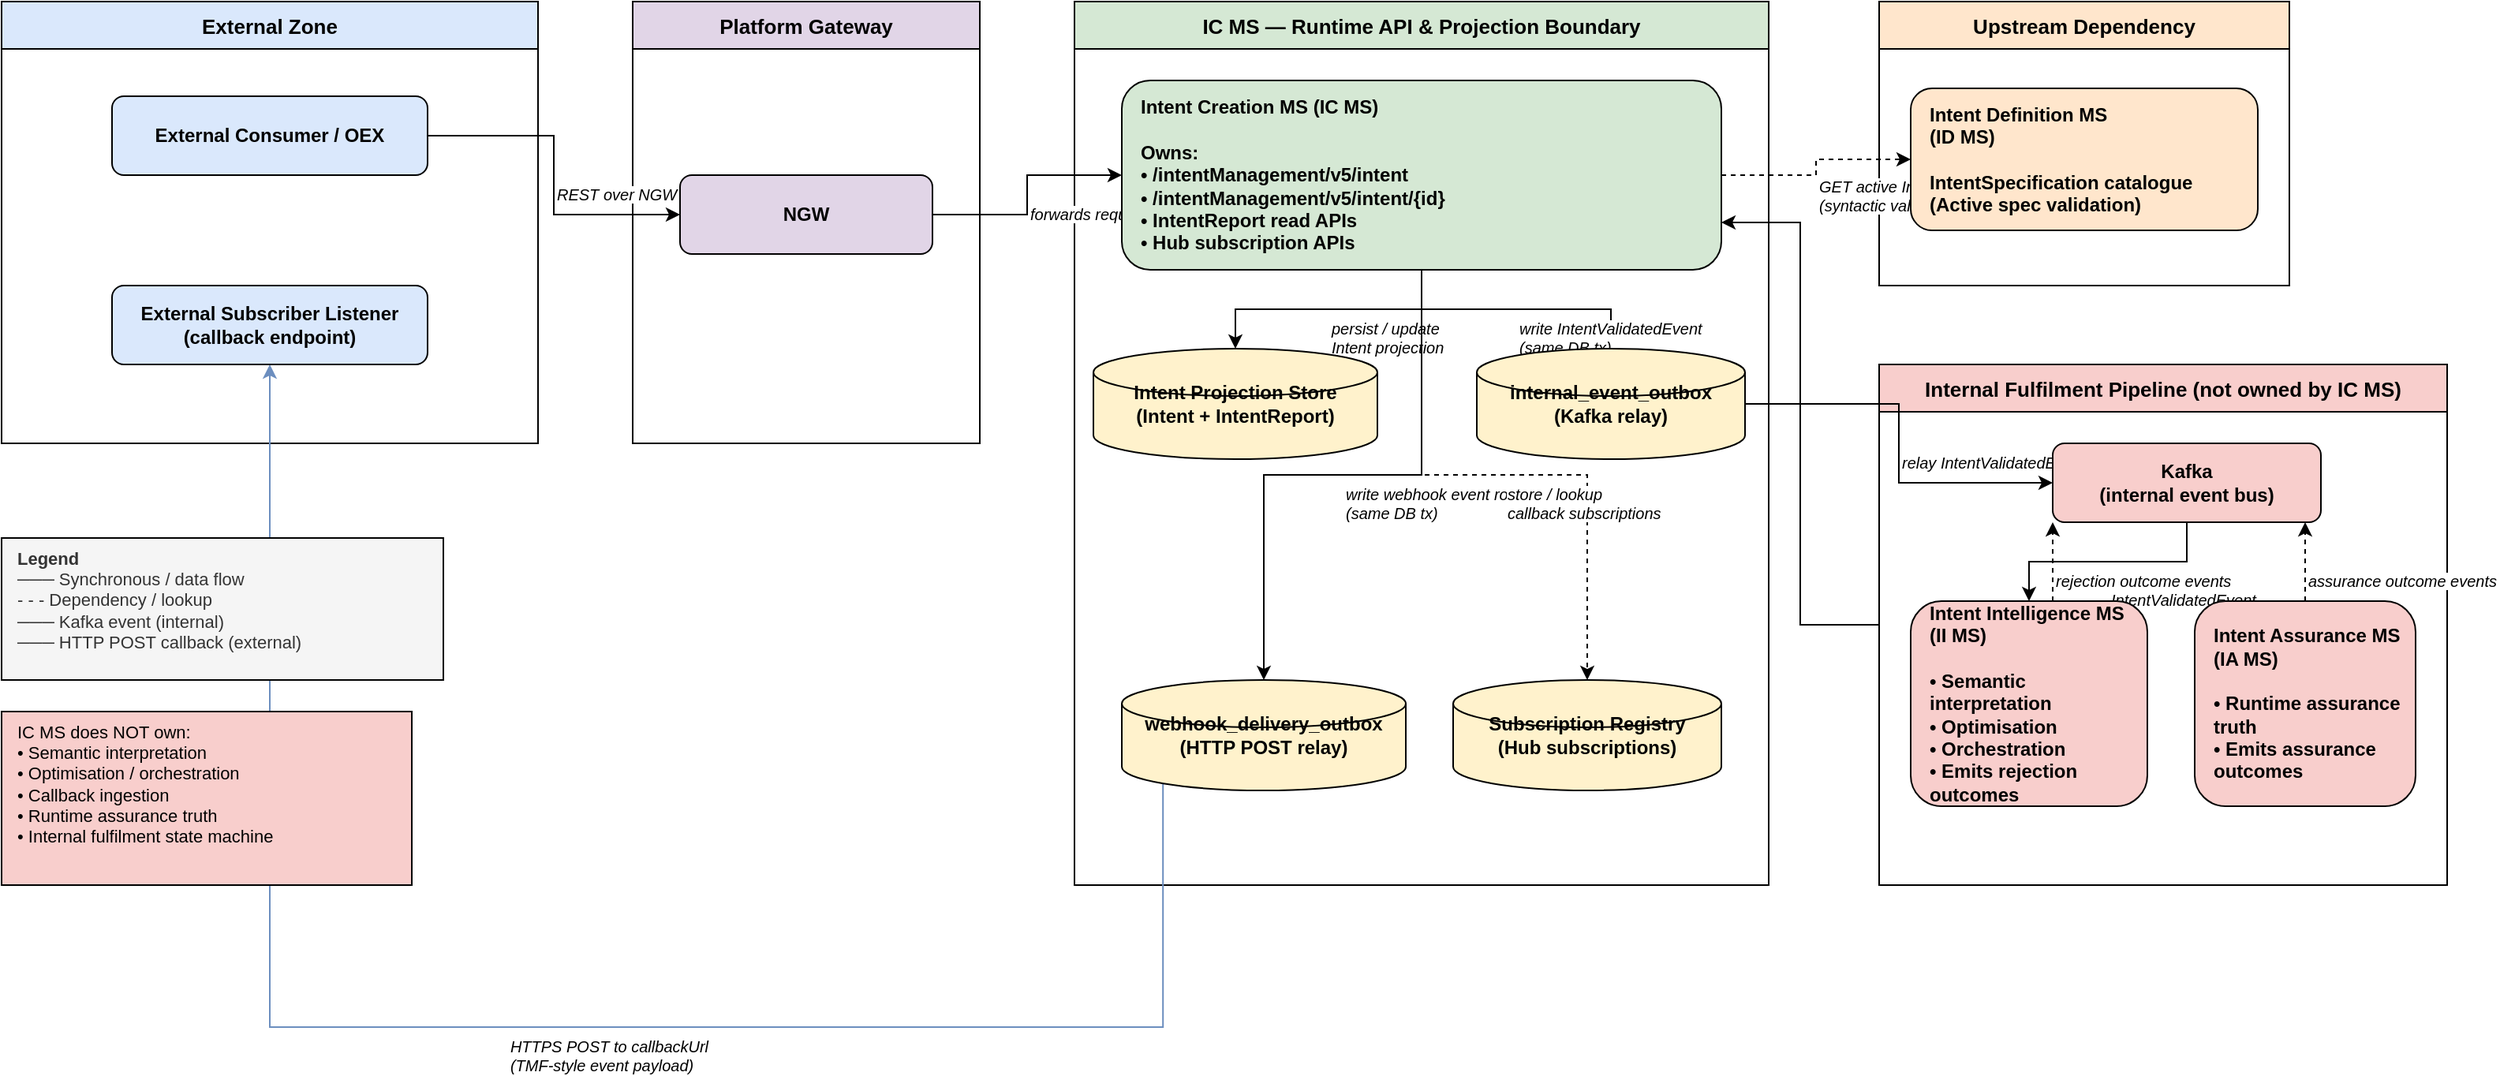
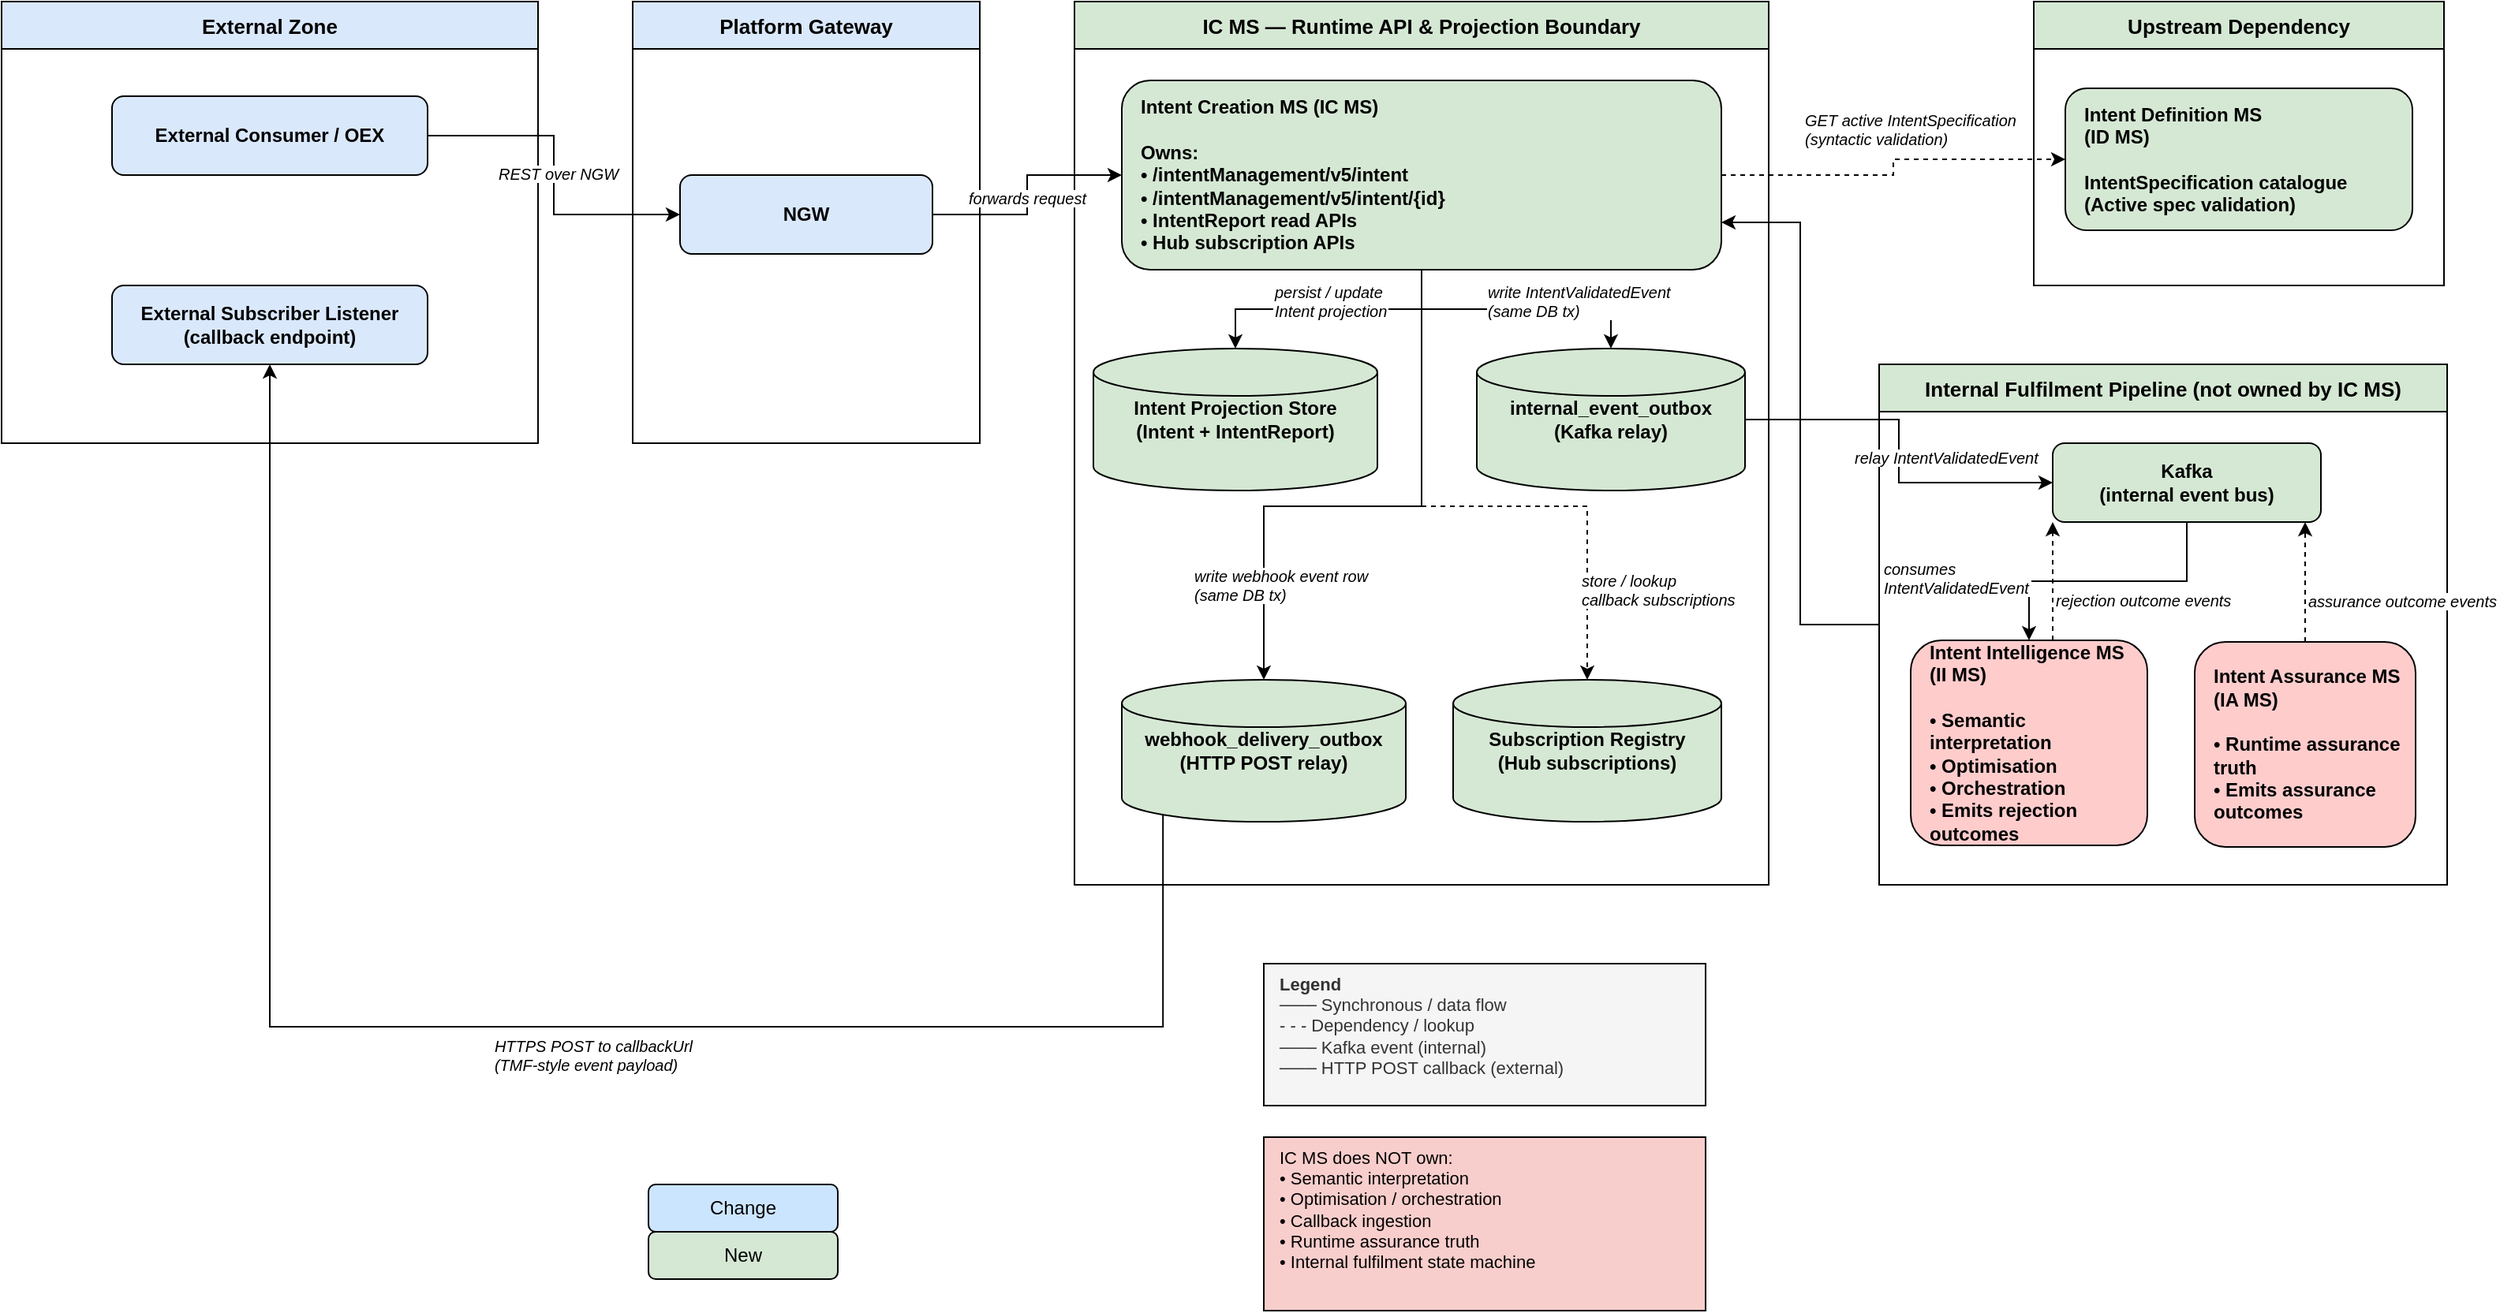
<mxfile host="app.diagrams.net" agent="Perplexity">
  <diagram name="IC MS - Logical View" id="ic-ms-logical-view">
    <mxGraphModel dx="1677" dy="1003" grid="1" gridSize="10" guides="1" tooltips="1" connect="1" arrows="1" fold="1" page="1" pageScale="1" pageWidth="1654" pageHeight="1169" math="0" shadow="0">
      <root>
        <mxCell id="0" />
        <mxCell id="1" parent="0" />
        <mxCell id="zone_external" parent="1" style="swimlane;startSize=30;fillColor=#dae8fc;strokeColor=default;fontStyle=1;fontSize=13;horizontal=1;container=0;" value="External Zone" vertex="1">
          <mxGeometry height="280" width="340" x="40" y="40" as="geometry" />
        </mxCell>
-         <mxCell id="zone_gateway" parent="1" style="swimlane;startSize=30;fillColor=#e1d5e7;strokeColor=default;fontStyle=1;fontSize=13;horizontal=1;container=0;" value="Platform Gateway" vertex="1">
+         <mxCell id="zone_gateway" parent="1" style="swimlane;startSize=30;fillColor=#dae8fc;strokeColor=default;fontStyle=1;fontSize=13;horizontal=1;container=0;" value="Platform Gateway" vertex="1">
          <mxGeometry height="280" width="220" x="440" y="40" as="geometry" />
        </mxCell>
        <mxCell id="zone_icms" parent="1" style="swimlane;startSize=30;fillColor=#d5e8d4;strokeColor=default;fontStyle=1;fontSize=13;horizontal=1;container=0;" value="IC MS — Runtime API &amp; Projection Boundary" vertex="1">
          <mxGeometry height="560" width="440" x="720" y="40" as="geometry" />
        </mxCell>
-         <mxCell id="zone_idms" parent="1" style="swimlane;startSize=30;fillColor=#ffe6cc;strokeColor=default;fontStyle=1;fontSize=13;horizontal=1;container=0;" value="Upstream Dependency" vertex="1">
-           <mxGeometry height="180" width="260" x="1230" y="40" as="geometry" />
+         <mxCell id="zone_idms" parent="1" style="swimlane;startSize=30;fillColor=#d5e8d4;strokeColor=default;fontStyle=1;fontSize=13;horizontal=1;container=0;" value="Upstream Dependency" vertex="1">
+           <mxGeometry height="180" width="260" x="1328" y="40" as="geometry" />
        </mxCell>
-         <mxCell id="0MlcjW0cjBZ2ITzH3IxV-1" edge="1" parent="1" source="zone_internal" style="edgeStyle=orthogonalEdgeStyle;rounded=0;orthogonalLoop=1;jettySize=auto;html=1;entryX=1;entryY=0.75;entryDx=0;entryDy=0;" target="icms_core">
+         <mxCell id="0MlcjW0cjBZ2ITzH3IxV-1" edge="1" parent="1" source="zone_internal" style="edgeStyle=orthogonalEdgeStyle;rounded=0;orthogonalLoop=1;jettySize=auto;html=1;entryX=1;entryY=0.75;entryDx=0;entryDy=0;fillColor=#d5e8d4;strokeColor=default;" target="icms_core">
          <mxGeometry relative="1" as="geometry" />
        </mxCell>
-         <mxCell id="zone_internal" parent="1" style="swimlane;startSize=30;fillColor=#f8cecc;strokeColor=default;fontStyle=1;fontSize=13;horizontal=1;container=0;" value="Internal Fulfilment Pipeline (not owned by IC MS)" vertex="1">
+         <mxCell id="zone_internal" parent="1" style="swimlane;startSize=30;fillColor=#d5e8d4;strokeColor=default;fontStyle=1;fontSize=13;horizontal=1;container=0;" value="Internal Fulfilment Pipeline (not owned by IC MS)" vertex="1">
          <mxGeometry height="330" width="360" x="1230" y="270" as="geometry" />
        </mxCell>
        <mxCell id="e1" edge="1" parent="1" source="ext_consumer" style="edgeStyle=orthogonalEdgeStyle;rounded=0;" target="gateway">
          <mxGeometry relative="1" as="geometry" />
        </mxCell>
        <mxCell id="e1_lbl" connectable="0" parent="e1" style="edgeLabel;fontSize=10;fontStyle=2;container=0;" value="REST over NGW" vertex="1">
-           <mxGeometry relative="0.5" as="geometry" />
+           <mxGeometry relative="0.5" as="geometry">
+             <mxPoint x="-37" y="-13" as="offset" />
+           </mxGeometry>
        </mxCell>
        <mxCell id="e2" edge="1" parent="1" source="gateway" style="edgeStyle=orthogonalEdgeStyle;rounded=0;" target="icms_core">
          <mxGeometry relative="1" as="geometry" />
        </mxCell>
        <mxCell id="e2_lbl" connectable="0" parent="e2" style="edgeLabel;fontSize=10;fontStyle=2;container=0;" value="forwards request" vertex="1">
-           <mxGeometry relative="0.5" as="geometry" />
+           <mxGeometry relative="0.5" as="geometry">
+             <mxPoint x="-39" y="-10" as="offset" />
+           </mxGeometry>
        </mxCell>
-         <mxCell id="e3" edge="1" parent="1" source="icms_core" style="edgeStyle=orthogonalEdgeStyle;rounded=0;dashed=1;" target="idms">
+         <mxCell id="e3" edge="1" parent="1" source="icms_core" style="edgeStyle=orthogonalEdgeStyle;rounded=0;dashed=1;fillColor=#d5e8d4;strokeColor=default;" target="idms">
          <mxGeometry relative="1" as="geometry" />
        </mxCell>
        <mxCell id="e3_lbl" connectable="0" parent="e3" style="edgeLabel;fontSize=10;fontStyle=2;container=0;" value="GET active IntentSpecification&#xa;(syntactic validation)" vertex="1">
-           <mxGeometry relative="0.5" as="geometry" />
+           <mxGeometry relative="0.5" as="geometry">
+             <mxPoint x="-58" y="-42" as="offset" />
+           </mxGeometry>
        </mxCell>
-         <mxCell id="e4" edge="1" parent="1" source="icms_core" style="edgeStyle=orthogonalEdgeStyle;rounded=0;" target="intent_store">
+         <mxCell id="e4" edge="1" parent="1" source="icms_core" style="edgeStyle=orthogonalEdgeStyle;rounded=0;fillColor=#d5e8d4;strokeColor=default;" target="intent_store">
          <mxGeometry relative="1" as="geometry" />
        </mxCell>
        <mxCell id="e4_lbl" connectable="0" parent="e4" style="edgeLabel;fontSize=10;fontStyle=2;container=0;" value="persist / update&#xa;Intent projection" vertex="1">
-           <mxGeometry relative="0.5" as="geometry" />
+           <mxGeometry relative="0.5" as="geometry">
+             <mxPoint x="-36" y="-23" as="offset" />
+           </mxGeometry>
        </mxCell>
-         <mxCell id="e5" edge="1" parent="1" source="icms_core" style="edgeStyle=orthogonalEdgeStyle;rounded=0;" target="int_outbox">
+         <mxCell id="e5" edge="1" parent="1" source="icms_core" style="edgeStyle=orthogonalEdgeStyle;rounded=0;fillColor=#d5e8d4;strokeColor=default;" target="int_outbox">
          <mxGeometry relative="1" as="geometry" />
        </mxCell>
        <mxCell id="e5_lbl" connectable="0" parent="e5" style="edgeLabel;fontSize=10;fontStyle=2;container=0;" value="write IntentValidatedEvent&#xa;(same DB tx)" vertex="1">
-           <mxGeometry relative="0.5" as="geometry" />
+           <mxGeometry relative="0.5" as="geometry">
+             <mxPoint x="-20" y="-23" as="offset" />
+           </mxGeometry>
        </mxCell>
-         <mxCell id="e6" edge="1" parent="1" source="int_outbox" style="edgeStyle=orthogonalEdgeStyle;rounded=0;" target="kafka">
+         <mxCell id="e6" edge="1" parent="1" source="int_outbox" style="edgeStyle=orthogonalEdgeStyle;rounded=0;fillColor=#d5e8d4;strokeColor=default;" target="kafka">
          <mxGeometry relative="1" as="geometry" />
        </mxCell>
        <mxCell id="e6_lbl" connectable="0" parent="e6" style="edgeLabel;fontSize=10;fontStyle=2;container=0;" value="relay IntentValidatedEvent" vertex="1">
-           <mxGeometry relative="0.5" as="geometry" />
+           <mxGeometry relative="0.5" as="geometry">
+             <mxPoint x="-30" y="-8" as="offset" />
+           </mxGeometry>
        </mxCell>
-         <mxCell id="e7" edge="1" parent="1" source="kafka" style="edgeStyle=orthogonalEdgeStyle;rounded=0;" target="iims">
+         <mxCell id="e7" edge="1" parent="1" source="kafka" style="edgeStyle=orthogonalEdgeStyle;rounded=0;fillColor=#d5e8d4;strokeColor=default;" target="iims">
          <mxGeometry relative="1" as="geometry" />
        </mxCell>
        <mxCell id="e7_lbl" connectable="0" parent="e7" style="edgeLabel;fontSize=10;fontStyle=2;container=0;" value="consumes&#xa;IntentValidatedEvent" vertex="1">
-           <mxGeometry relative="0.5" as="geometry" />
+           <mxGeometry relative="0.5" as="geometry">
+             <mxPoint x="-144" y="-20" as="offset" />
+           </mxGeometry>
        </mxCell>
-         <mxCell id="e8" edge="1" parent="1" source="iims" style="edgeStyle=orthogonalEdgeStyle;rounded=0;dashed=1;" target="kafka">
+         <mxCell id="e8" edge="1" parent="1" source="iims" style="edgeStyle=orthogonalEdgeStyle;rounded=0;dashed=1;fillColor=#d5e8d4;strokeColor=default;" target="kafka">
          <mxGeometry relative="1" as="geometry">
            <Array as="points">
              <mxPoint x="1310" y="490" />
              <mxPoint x="1380" y="490" />
              <mxPoint x="1380" y="360" />
            </Array>
          </mxGeometry>
        </mxCell>
        <mxCell id="e8_lbl" connectable="0" parent="e8" style="edgeLabel;fontSize=10;fontStyle=2;container=0;" value="rejection outcome events" vertex="1">
          <mxGeometry relative="0.5" as="geometry" />
        </mxCell>
-         <mxCell id="e9" edge="1" parent="1" source="iams" style="edgeStyle=orthogonalEdgeStyle;rounded=0;dashed=1;" target="kafka">
+         <mxCell id="e9" edge="1" parent="1" source="iams" style="edgeStyle=orthogonalEdgeStyle;rounded=0;dashed=1;fillColor=#d5e8d4;strokeColor=default;" target="kafka">
          <mxGeometry relative="1" as="geometry">
            <Array as="points">
              <mxPoint x="1450" y="490" />
              <mxPoint x="1450" y="360" />
            </Array>
          </mxGeometry>
        </mxCell>
        <mxCell id="e9_lbl" connectable="0" parent="e9" style="edgeLabel;fontSize=10;fontStyle=2;container=0;" value="assurance outcome events" vertex="1">
          <mxGeometry relative="0.5" as="geometry" />
        </mxCell>
-         <mxCell id="e11" edge="1" parent="1" source="icms_core" style="edgeStyle=orthogonalEdgeStyle;rounded=0;" target="webhook_outbox">
-           <mxGeometry relative="1" as="geometry" />
+         <mxCell id="e11" edge="1" parent="1" source="icms_core" style="edgeStyle=orthogonalEdgeStyle;rounded=0;fillColor=#d5e8d4;strokeColor=default;" target="webhook_outbox">
+           <mxGeometry relative="1" as="geometry">
+             <Array as="points">
+               <mxPoint x="940" y="360" />
+               <mxPoint x="840" y="360" />
+             </Array>
+           </mxGeometry>
        </mxCell>
        <mxCell id="e11_lbl" connectable="0" parent="e11" style="edgeLabel;fontSize=10;fontStyle=2;container=0;" value="write webhook event row&#xa;(same DB tx)" vertex="1">
-           <mxGeometry relative="0.5" as="geometry" />
+           <mxGeometry relative="0.5" as="geometry">
+             <mxPoint x="-116" y="32" as="offset" />
+           </mxGeometry>
        </mxCell>
-         <mxCell id="e12" edge="1" parent="1" source="webhook_outbox" style="edgeStyle=orthogonalEdgeStyle;rounded=0;strokeColor=#6c8ebf;exitX=0.145;exitY=1;exitDx=0;exitDy=-4.35;exitPerimeter=0;" target="ext_subscriber">
+         <mxCell id="e12" edge="1" parent="1" source="webhook_outbox" style="edgeStyle=orthogonalEdgeStyle;rounded=0;strokeColor=default;exitX=0.145;exitY=1;exitDx=0;exitDy=-4.35;exitPerimeter=0;" target="ext_subscriber">
          <mxGeometry relative="1" as="geometry">
            <Array as="points">
              <mxPoint x="776" y="690" />
              <mxPoint x="210" y="690" />
            </Array>
          </mxGeometry>
        </mxCell>
        <mxCell id="e12_lbl" connectable="0" parent="e12" style="edgeLabel;fontSize=10;fontStyle=2;container=0;" value="HTTPS POST to callbackUrl&#xa;(TMF-style event payload)" vertex="1">
          <mxGeometry relative="0.5" as="geometry" />
        </mxCell>
-         <mxCell id="e13" edge="1" parent="1" source="icms_core" style="edgeStyle=orthogonalEdgeStyle;rounded=0;dashed=1;" target="sub_registry">
-           <mxGeometry relative="1" as="geometry" />
+         <mxCell id="e13" edge="1" parent="1" source="icms_core" style="edgeStyle=orthogonalEdgeStyle;rounded=0;dashed=1;fillColor=#d5e8d4;strokeColor=default;" target="sub_registry">
+           <mxGeometry relative="1" as="geometry">
+             <Array as="points">
+               <mxPoint x="940" y="360" />
+               <mxPoint x="1045" y="360" />
+             </Array>
+           </mxGeometry>
        </mxCell>
        <mxCell id="e13_lbl" connectable="0" parent="e13" style="edgeLabel;fontSize=10;fontStyle=2;container=0;" value="store / lookup&#xa;callback subscriptions" vertex="1">
-           <mxGeometry relative="0.5" as="geometry" />
+           <mxGeometry relative="0.5" as="geometry">
+             <mxPoint x="67" y="35" as="offset" />
+           </mxGeometry>
        </mxCell>
        <mxCell id="legend" parent="1" style="text;html=1;strokeColor=default;fillColor=#f5f5f5;align=left;verticalAlign=top;spacingLeft=8;fontSize=11;fontColor=#333333;container=0;" value="&lt;b&gt;Legend&lt;/b&gt;&#xa;─── Synchronous / data flow&#xa;- - - Dependency / lookup&#xa;─── Kafka event (internal)&#xa;─── HTTP POST callback (external)" vertex="1">
-           <mxGeometry height="90" width="280" x="40" y="380" as="geometry" />
+           <mxGeometry height="90" width="280" x="840" y="650" as="geometry" />
        </mxCell>
        <mxCell id="not_owned_note" parent="1" style="text;html=1;strokeColor=default;fillColor=#f8cecc;align=left;verticalAlign=top;spacingLeft=8;fontSize=11;container=0;" value="IC MS does NOT own:&#xa;• Semantic interpretation&#xa;• Optimisation / orchestration&#xa;• Callback ingestion&#xa;• Runtime assurance truth&#xa;• Internal fulfilment state machine" vertex="1">
-           <mxGeometry height="110" width="260" x="40" y="490" as="geometry" />
+           <mxGeometry height="110" width="280" x="840" y="760" as="geometry" />
        </mxCell>
        <mxCell id="ext_consumer" parent="1" style="rounded=1;whiteSpace=wrap;html=1;fillColor=#dae8fc;strokeColor=default;fontStyle=1;fontSize=12;container=0;" value="External Consumer / OEX" vertex="1">
          <mxGeometry height="50" width="200" x="110" y="100" as="geometry" />
        </mxCell>
        <mxCell id="ext_subscriber" parent="1" style="rounded=1;whiteSpace=wrap;html=1;fillColor=#dae8fc;strokeColor=default;fontStyle=1;fontSize=12;container=0;" value="External Subscriber Listener&#xa;(callback endpoint)" vertex="1">
          <mxGeometry height="50" width="200" x="110" y="220" as="geometry" />
        </mxCell>
-         <mxCell id="gateway" parent="1" style="rounded=1;whiteSpace=wrap;html=1;fillColor=#e1d5e7;strokeColor=default;fontStyle=1;fontSize=12;container=0;" value="NGW" vertex="1">
+         <mxCell id="gateway" parent="1" style="rounded=1;whiteSpace=wrap;html=1;fillColor=#dae8fc;strokeColor=default;fontStyle=1;fontSize=12;container=0;" value="NGW" vertex="1">
          <mxGeometry height="50" width="160" x="470" y="150" as="geometry" />
        </mxCell>
        <mxCell id="icms_core" parent="1" style="rounded=1;whiteSpace=wrap;html=1;fillColor=#d5e8d4;strokeColor=default;fontStyle=1;fontSize=12;align=left;spacingLeft=10;container=0;" value="Intent Creation MS (IC MS)&#xa;&#xa;Owns:&#xa;• /intentManagement/v5/intent&#xa;• /intentManagement/v5/intent/{id}&#xa;• IntentReport read APIs&#xa;• Hub subscription APIs" vertex="1">
          <mxGeometry height="120" width="380" x="750" y="90" as="geometry" />
        </mxCell>
-         <mxCell id="intent_store" parent="1" style="shape=cylinder3;whiteSpace=wrap;html=1;fillColor=#fff2cc;strokeColor=default;fontStyle=1;fontSize=12;container=0;" value="Intent Projection Store&#xa;(Intent + IntentReport)" vertex="1">
-           <mxGeometry height="70" width="180" x="732" y="260" as="geometry" />
+         <mxCell id="intent_store" parent="1" style="shape=cylinder3;whiteSpace=wrap;html=1;fillColor=#d5e8d4;strokeColor=default;fontStyle=1;fontSize=12;container=0;" value="Intent Projection Store&#xa;(Intent + IntentReport)" vertex="1">
+           <mxGeometry height="90" width="180" x="732" y="260" as="geometry" />
        </mxCell>
-         <mxCell id="int_outbox" parent="1" style="shape=cylinder3;whiteSpace=wrap;html=1;fillColor=#fff2cc;strokeColor=default;fontStyle=1;fontSize=12;container=0;" value="internal_event_outbox&#xa;(Kafka relay)" vertex="1">
-           <mxGeometry height="70" width="170" x="975" y="260" as="geometry" />
+         <mxCell id="int_outbox" parent="1" style="shape=cylinder3;whiteSpace=wrap;html=1;fillColor=#d5e8d4;strokeColor=default;fontStyle=1;fontSize=12;container=0;" value="internal_event_outbox&#xa;(Kafka relay)" vertex="1">
+           <mxGeometry height="90" width="170" x="975" y="260" as="geometry" />
        </mxCell>
-         <mxCell id="webhook_outbox" parent="1" style="shape=cylinder3;whiteSpace=wrap;html=1;fillColor=#fff2cc;strokeColor=default;fontStyle=1;fontSize=12;container=0;" value="webhook_delivery_outbox&#xa;(HTTP POST relay)" vertex="1">
-           <mxGeometry height="70" width="180" x="750" y="470" as="geometry" />
+         <mxCell id="webhook_outbox" parent="1" style="shape=cylinder3;whiteSpace=wrap;html=1;fillColor=#d5e8d4;strokeColor=default;fontStyle=1;fontSize=12;container=0;" value="webhook_delivery_outbox&#xa;(HTTP POST relay)" vertex="1">
+           <mxGeometry height="90" width="180" x="750" y="470" as="geometry" />
        </mxCell>
-         <mxCell id="sub_registry" parent="1" style="shape=cylinder3;whiteSpace=wrap;html=1;fillColor=#fff2cc;strokeColor=default;fontStyle=1;fontSize=12;container=0;" value="Subscription Registry&#xa;(Hub subscriptions)" vertex="1">
-           <mxGeometry height="70" width="170" x="960" y="470" as="geometry" />
+         <mxCell id="sub_registry" parent="1" style="shape=cylinder3;whiteSpace=wrap;html=1;fillColor=#d5e8d4;strokeColor=default;fontStyle=1;fontSize=12;container=0;" value="Subscription Registry&#xa;(Hub subscriptions)" vertex="1">
+           <mxGeometry height="90" width="170" x="960" y="470" as="geometry" />
        </mxCell>
-         <mxCell id="idms" parent="1" style="rounded=1;whiteSpace=wrap;html=1;fillColor=#ffe6cc;strokeColor=default;fontStyle=1;fontSize=12;align=left;spacingLeft=10;container=0;" value="Intent Definition MS&#xa;(ID MS)&#xa;&#xa;IntentSpecification catalogue&#xa;(Active spec validation)" vertex="1">
-           <mxGeometry height="90" width="220" x="1250" y="95" as="geometry" />
+         <mxCell id="idms" parent="1" style="rounded=1;whiteSpace=wrap;html=1;fillColor=#d5e8d4;strokeColor=default;fontStyle=1;fontSize=12;align=left;spacingLeft=10;container=0;" value="Intent Definition MS&#xa;(ID MS)&#xa;&#xa;IntentSpecification catalogue&#xa;(Active spec validation)" vertex="1">
+           <mxGeometry height="90" width="220" x="1348" y="95" as="geometry" />
        </mxCell>
-         <mxCell id="kafka" parent="1" style="rounded=1;whiteSpace=wrap;html=1;fillColor=#f8cecc;strokeColor=default;fontStyle=1;fontSize=12;container=0;" value="Kafka&#xa;(internal event bus)" vertex="1">
+         <mxCell id="kafka" parent="1" style="rounded=1;whiteSpace=wrap;html=1;fillColor=#d5e8d4;strokeColor=default;fontStyle=1;fontSize=12;container=0;" value="Kafka&#xa;(internal event bus)" vertex="1">
          <mxGeometry height="50" width="170" x="1340" y="320" as="geometry" />
        </mxCell>
-         <mxCell id="iims" parent="1" style="rounded=1;whiteSpace=wrap;html=1;fillColor=#f8cecc;strokeColor=default;fontStyle=1;fontSize=12;align=left;spacingLeft=10;container=0;" value="Intent Intelligence MS&lt;br&gt;(II MS)&lt;br&gt;&lt;br&gt;• Semantic interpretation&lt;br&gt;• Optimisation&lt;br&gt;• Orchestration&lt;br&gt;• Emits rejection outcomes" vertex="1">
-           <mxGeometry height="130" width="150" x="1250" y="420" as="geometry" />
+         <mxCell id="iims" parent="1" style="rounded=1;whiteSpace=wrap;html=1;fillColor=#ffcccc;strokeColor=default;fontStyle=1;fontSize=12;align=left;spacingLeft=10;container=0;" value="Intent Intelligence MS&lt;br&gt;(II MS)&lt;br&gt;&lt;br&gt;• Semantic interpretation&lt;br&gt;• Optimisation&lt;br&gt;• Orchestration&lt;br&gt;• Emits rejection outcomes" vertex="1">
+           <mxGeometry height="130" width="150" x="1250" y="445" as="geometry" />
        </mxCell>
-         <mxCell id="iams" parent="1" style="rounded=1;whiteSpace=wrap;html=1;fillColor=#f8cecc;strokeColor=default;fontStyle=1;fontSize=12;align=left;spacingLeft=10;container=0;" value="Intent Assurance MS&#xa;(IA MS)&#xa;&#xa;• Runtime assurance truth&#xa;• Emits assurance outcomes" vertex="1">
-           <mxGeometry height="130" width="140" x="1430" y="420" as="geometry" />
+         <mxCell id="iams" parent="1" style="rounded=1;whiteSpace=wrap;html=1;fillColor=#ffcccc;strokeColor=default;fontStyle=1;fontSize=12;align=left;spacingLeft=10;container=0;" value="Intent Assurance MS&#xa;(IA MS)&#xa;&#xa;• Runtime assurance truth&#xa;• Emits assurance outcomes" vertex="1">
+           <mxGeometry height="130" width="140" x="1430" y="446" as="geometry" />
+         </mxCell>
+         <mxCell id="ma1IJRqoZw26cP_ZFZYU-2" parent="1" style="rounded=1;whiteSpace=wrap;html=1;fillColor=#cce5ff;strokeColor=default;" value="Change" vertex="1">
+           <mxGeometry height="30" width="120" x="450" y="790" as="geometry" />
+         </mxCell>
+         <mxCell id="ma1IJRqoZw26cP_ZFZYU-3" parent="1" style="rounded=1;whiteSpace=wrap;html=1;fillColor=#d5e8d4;strokeColor=default;" value="New" vertex="1">
+           <mxGeometry height="30" width="120" x="450" y="820" as="geometry" />
        </mxCell>
      </root>
    </mxGraphModel>
  </diagram>
</mxfile>
